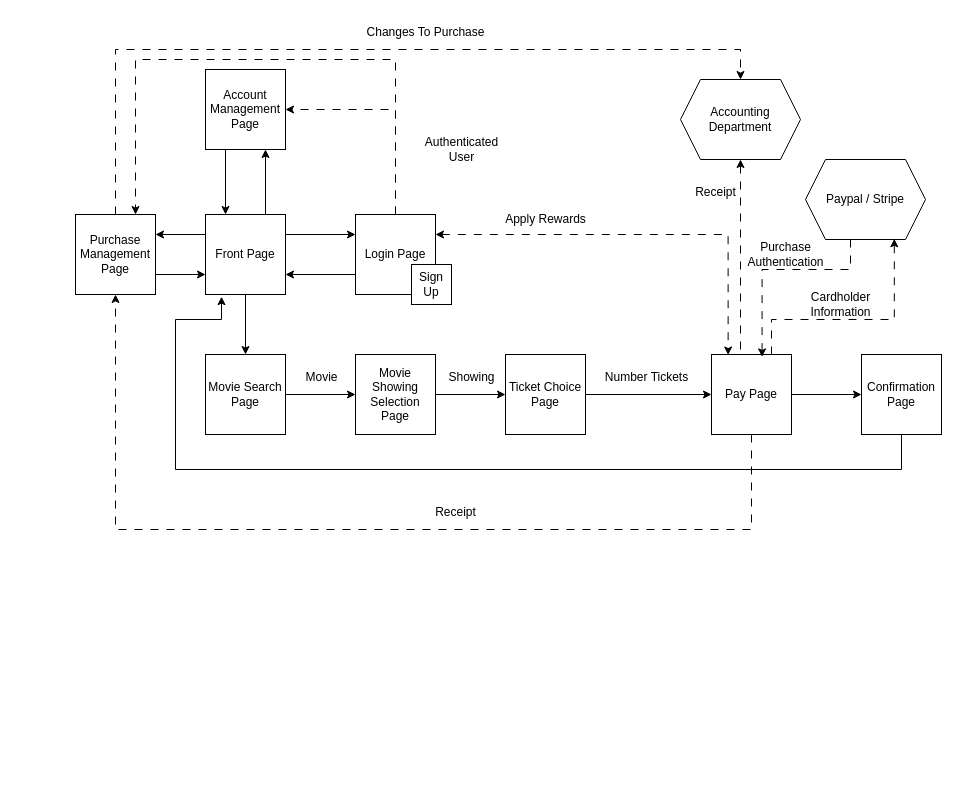
Earlier version of the draw.io diagram SWA Diagram.drawio (jfallz/MTTS). Source tidied: cells renumbered, new cells numbered last; positions are measured from the earlier drawing's top-left corner, leaving out a move shared by most shapes. Both pictures are drawn from the tidied source at 100%, with x=0, y=0 at pixel (75, 17).
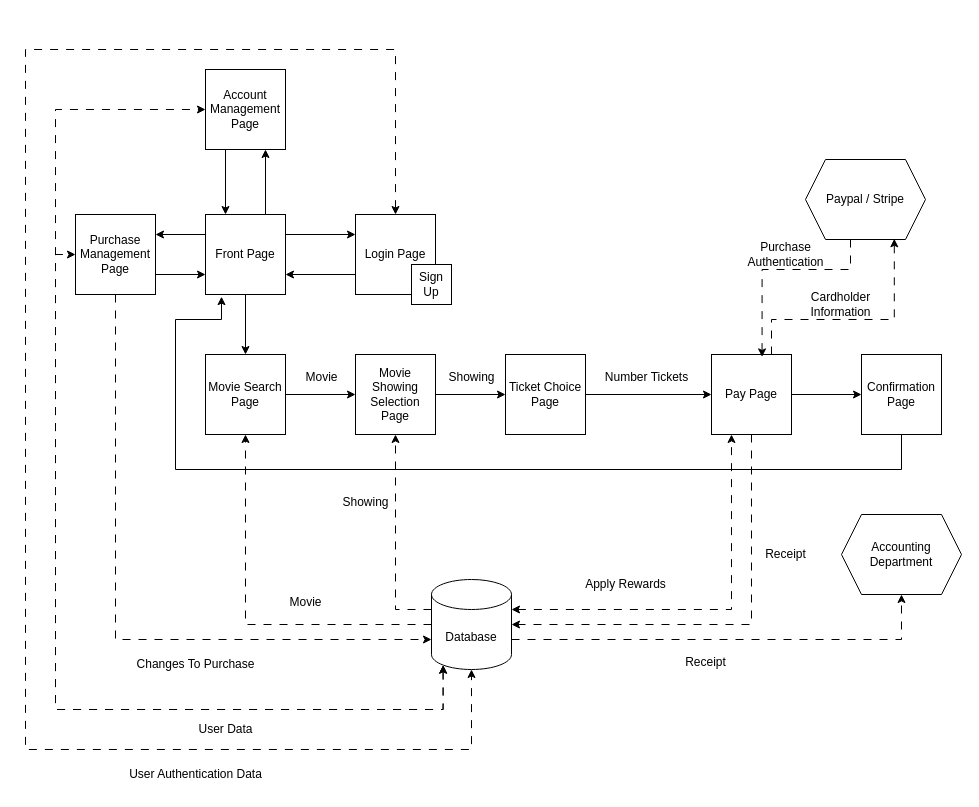
After the change.

Commit message (it also covers changes not shown here):
Updated SWA Diagram with database

The change refers to these unchanged cells:
```xml
<mxCell id="5" value="Login Page" style="whiteSpace=wrap;html=1;" parent="1" vertex="1">
  <mxGeometry x="280" y="197" width="80" height="80" as="geometry" />
</mxCell>
<mxCell id="7" value="Pay Page" style="whiteSpace=wrap;html=1;" parent="1" vertex="1">
  <mxGeometry x="636" y="337" width="80" height="80" as="geometry" />
</mxCell>
<mxCell id="9" value="Movie Search Page" style="whiteSpace=wrap;html=1;" parent="1" vertex="1">
  <mxGeometry x="130" y="337" width="80" height="80" as="geometry" />
</mxCell>
<mxCell id="15" value="Movie Showing Selection Page" style="whiteSpace=wrap;html=1;" parent="1" vertex="1">
  <mxGeometry x="280" y="337" width="80" height="80" as="geometry" />
</mxCell>
<mxCell id="27" value="Account Management Page" style="whiteSpace=wrap;html=1;" parent="1" vertex="1">
  <mxGeometry x="130" y="52" width="80" height="80" as="geometry" />
</mxCell>
<mxCell id="31" value="Purchase Management Page" style="whiteSpace=wrap;html=1;" parent="1" vertex="1">
  <mxGeometry y="197" width="80" height="80" as="geometry" />
</mxCell>
```

Change to the diagram source:
```diff
@@
-    <mxCell id="3" style="edgeStyle=orthogonalEdgeStyle;rounded=0;jettySize=auto;html=1;exitX=0.5;exitY=0;exitDx=0;exitDy=0;entryX=1;entryY=0.5;entryDx=0;entryDy=0;dashed=1;dashPattern=8 8;" parent="1" edge="1" source="5" target="27">
-      <mxGeometry relative="1" as="geometry" />
-    </mxCell>
-    <mxCell id="4" style="edgeStyle=orthogonalEdgeStyle;rounded=0;jettySize=auto;html=1;exitX=0.5;exitY=0;exitDx=0;exitDy=0;entryX=0.75;entryY=0;entryDx=0;entryDy=0;dashed=1;dashPattern=8 8;" parent="1" edge="1" source="5" target="31">
-      <mxGeometry relative="1" as="geometry">
-        <Array as="points">
-          <mxPoint x="320" y="42" />
-          <mxPoint x="60" y="42" />
-        </Array>
-      </mxGeometry>
-    </mxCell>
@@
-    <mxCell id="10" style="edgeStyle=orthogonalEdgeStyle;rounded=0;jettySize=auto;html=1;exitX=0.5;exitY=1;exitDx=0;exitDy=0;curved=0;dashed=1;dashPattern=8 8;" parent="1" edge="1" source="7" target="31">
+    <mxCell id="10" style="edgeStyle=orthogonalEdgeStyle;rounded=0;jettySize=auto;html=1;exitX=0.5;exitY=1;exitDx=0;exitDy=0;curved=0;dashed=1;dashPattern=8 8;entryX=1;entryY=0.5;entryDx=0;entryDy=0;entryPerimeter=0;" parent="1" edge="1" source="7" target="50">
       <mxGeometry relative="1" as="geometry">
         <Array as="points">
-          <mxPoint x="676" y="512" />
-          <mxPoint x="40" y="512" />
+          <mxPoint x="676" y="607" />
         </Array>
       </mxGeometry>
     </mxCell>
@@
     <mxCell id="25" value="Apply Rewards" style="text;html=1;align=center;verticalAlign=middle;strokeColor=none;fillColor=none;" parent="1" vertex="1">
-      <mxGeometry x="420" y="187" width="100" height="30" as="geometry" />
+      <mxGeometry x="500" y="552" width="100" height="30" as="geometry" />
     </mxCell>
@@
-    <mxCell id="28" value="Authenticated&lt;div&gt;User&lt;/div&gt;" style="text;html=1;align=center;verticalAlign=middle;strokeColor=none;fillColor=none;" parent="1" vertex="1">
-      <mxGeometry x="336" y="112" width="100" height="40" as="geometry" />
+    <mxCell id="28" value="User Data" style="text;html=1;align=center;verticalAlign=middle;strokeColor=none;fillColor=none;" parent="1" vertex="1">
+      <mxGeometry x="110" y="697" width="80" height="30" as="geometry" />
     </mxCell>
@@
-    <mxCell id="30" style="edgeStyle=orthogonalEdgeStyle;rounded=0;jettySize=auto;html=1;exitX=0.5;exitY=0;exitDx=0;exitDy=0;entryX=0.5;entryY=0;entryDx=0;entryDy=0;dashed=1;dashPattern=8 8;" parent="1" edge="1" source="31" target="39">
-      <mxGeometry relative="1" as="geometry">
-        <Array as="points">
-          <mxPoint x="40" y="32" />
-          <mxPoint x="665" y="32" />
-        </Array>
-      </mxGeometry>
-    </mxCell>
@@
     <mxCell id="33" value="Receipt" style="text;html=1;align=center;verticalAlign=middle;strokeColor=none;fillColor=none;" parent="1" vertex="1">
-      <mxGeometry x="350" y="480" width="60" height="30" as="geometry" />
+      <mxGeometry x="680" y="522" width="60" height="30" as="geometry" />
     </mxCell>
@@
     <mxCell id="39" value="Accounting Department" style="shape=hexagon;perimeter=hexagonPerimeter2;whiteSpace=wrap;html=1;fixedSize=1;" parent="1" vertex="1">
-      <mxGeometry x="605" y="62" width="120" height="80" as="geometry" />
+      <mxGeometry x="766" y="497" width="120" height="80" as="geometry" />
     </mxCell>
-    <mxCell id="40" style="edgeStyle=orthogonalEdgeStyle;rounded=0;jettySize=auto;html=1;exitX=0.5;exitY=0;exitDx=0;exitDy=0;dashed=1;dashPattern=8 8;" parent="1" edge="1" source="7">
-      <mxGeometry relative="1" as="geometry">
-        <mxPoint x="665" y="142" as="targetPoint" />
-        <Array as="points">
-          <mxPoint x="665" y="337" />
-          <mxPoint x="665" y="142" />
-        </Array>
-      </mxGeometry>
-    </mxCell>
+    <mxCell id="44" style="edgeStyle=orthogonalEdgeStyle;rounded=0;jettySize=auto;html=1;exitX=0;exitY=0.5;exitDx=0;exitDy=0;exitPerimeter=0;entryX=0.5;entryY=1;entryDx=0;entryDy=0;dashed=1;dashPattern=8 8;" parent="1" edge="1" source="50" target="9">
+      <mxGeometry relative="1" as="geometry" />
+    </mxCell>
+    <mxCell id="45" style="edgeStyle=orthogonalEdgeStyle;rounded=0;jettySize=auto;html=1;exitX=0;exitY=0;exitDx=0;exitDy=30;exitPerimeter=0;entryX=0.5;entryY=1;entryDx=0;entryDy=0;dashed=1;dashPattern=8 8;" parent="1" edge="1" source="50" target="15">
+      <mxGeometry relative="1" as="geometry" />
+    </mxCell>
+    <mxCell id="46" style="edgeStyle=orthogonalEdgeStyle;rounded=0;jettySize=auto;html=1;exitX=1;exitY=0;exitDx=0;exitDy=60;exitPerimeter=0;entryX=0.5;entryY=1;entryDx=0;entryDy=0;dashed=1;dashPattern=8 8;" parent="1" edge="1" source="50" target="39">
+      <mxGeometry relative="1" as="geometry" />
+    </mxCell>
+    <mxCell id="47" style="edgeStyle=orthogonalEdgeStyle;rounded=0;jettySize=auto;html=1;exitX=1;exitY=0;exitDx=0;exitDy=30;exitPerimeter=0;entryX=0.25;entryY=1;entryDx=0;entryDy=0;dashed=1;dashPattern=8 8;startArrow=classic;startFill=1;" parent="1" edge="1" source="50" target="7">
+      <mxGeometry relative="1" as="geometry" />
+    </mxCell>
+    <mxCell id="48" style="edgeStyle=orthogonalEdgeStyle;rounded=0;jettySize=auto;html=1;exitX=0.145;exitY=1;exitDx=0;exitDy=-4.35;exitPerimeter=0;entryX=0;entryY=0.5;entryDx=0;entryDy=0;dashed=1;dashPattern=8 8;startArrow=classic;startFill=1;" parent="1" edge="1" source="50" target="31">
+      <mxGeometry relative="1" as="geometry">
+        <Array as="points">
+          <mxPoint x="368" y="692" />
+          <mxPoint x="-20" y="692" />
+          <mxPoint x="-20" y="237" />
+        </Array>
+      </mxGeometry>
+    </mxCell>
+    <mxCell id="49" style="edgeStyle=orthogonalEdgeStyle;rounded=0;jettySize=auto;html=1;exitX=0.145;exitY=1;exitDx=0;exitDy=-4.35;exitPerimeter=0;entryX=0;entryY=0.5;entryDx=0;entryDy=0;dashed=1;dashPattern=8 8;startArrow=classic;startFill=1;" parent="1" edge="1" source="50" target="27">
+      <mxGeometry relative="1" as="geometry">
+        <Array as="points">
+          <mxPoint x="368" y="692" />
+          <mxPoint x="-20" y="692" />
+          <mxPoint x="-20" y="92" />
+        </Array>
+      </mxGeometry>
+    </mxCell>
+    <mxCell id="50" value="Database" style="shape=cylinder3;whiteSpace=wrap;html=1;boundedLbl=1;backgroundOutline=1;size=15;" parent="1" vertex="1">
+      <mxGeometry x="356" y="562" width="80" height="90" as="geometry" />
+    </mxCell>
+    <mxCell id="51" style="edgeStyle=orthogonalEdgeStyle;rounded=0;jettySize=auto;html=1;exitX=0.5;exitY=1;exitDx=0;exitDy=0;entryX=0;entryY=0;entryDx=0;entryDy=60;entryPerimeter=0;dashed=1;dashPattern=8 8;" parent="1" edge="1" source="31" target="50">
+      <mxGeometry relative="1" as="geometry" />
+    </mxCell>
+    <mxCell id="42" value="Changes To Purchase" style="text;html=1;align=center;verticalAlign=middle;strokeColor=none;fillColor=none;" parent="1" vertex="1">
+      <mxGeometry x="50" y="632" width="140" height="30" as="geometry" />
+    </mxCell>
+    <mxCell id="52" value="Movie" style="text;html=1;align=center;verticalAlign=middle;strokeColor=none;fillColor=none;" parent="1" vertex="1">
+      <mxGeometry x="200" y="570" width="60" height="30" as="geometry" />
+    </mxCell>
+    <mxCell id="53" value="Showing" style="text;html=1;align=center;verticalAlign=middle;strokeColor=none;fillColor=none;" parent="1" vertex="1">
+      <mxGeometry x="255" y="470" width="70" height="30" as="geometry" />
+    </mxCell>
     <mxCell id="41" value="Receipt" style="text;html=1;align=center;verticalAlign=middle;strokeColor=none;fillColor=none;" parent="1" vertex="1">
-      <mxGeometry x="610" y="160" width="60" height="30" as="geometry" />
+      <mxGeometry x="600" y="630" width="60" height="30" as="geometry" />
     </mxCell>
-    <mxCell id="42" value="Changes To Purchase" style="text;html=1;align=center;verticalAlign=middle;strokeColor=none;fillColor=none;" parent="1" vertex="1">
-      <mxGeometry x="280" width="140" height="30" as="geometry" />
-    </mxCell>
-    <mxCell id="43" style="edgeStyle=orthogonalEdgeStyle;rounded=0;jettySize=auto;html=1;exitX=1;exitY=0.25;exitDx=0;exitDy=0;entryX=0.208;entryY=0.006;entryDx=0;entryDy=0;entryPerimeter=0;dashed=1;dashPattern=8 8;startArrow=classic;startFill=1;" parent="1" edge="1" source="5" target="7">
-      <mxGeometry relative="1" as="geometry" />
-    </mxCell>
+    <mxCell id="54" style="edgeStyle=orthogonalEdgeStyle;rounded=0;jettySize=auto;html=1;exitX=0.5;exitY=0;exitDx=0;exitDy=0;entryX=0.5;entryY=1;entryDx=0;entryDy=0;entryPerimeter=0;dashed=1;dashPattern=8 8;startArrow=classic;startFill=1;" parent="1" edge="1" source="5" target="50">
+      <mxGeometry relative="1" as="geometry">
+        <Array as="points">
+          <mxPoint x="320" y="32" />
+          <mxPoint x="-50" y="32" />
+          <mxPoint x="-50" y="732" />
+          <mxPoint x="396" y="732" />
+        </Array>
+      </mxGeometry>
+    </mxCell>
+    <mxCell id="55" value="User Authentication Data" style="text;html=1;align=center;verticalAlign=middle;strokeColor=none;fillColor=none;" parent="1" vertex="1">
+      <mxGeometry x="40" y="742" width="160" height="30" as="geometry" />
+    </mxCell>
```
